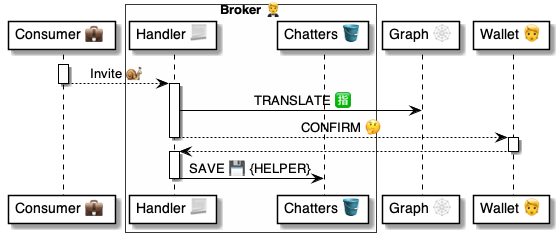
Earlier version of the PlantUML export 4 ⚙️ Solution/20 🧑‍🦰 UI/Brokers 🤵/🤵🅰️ Broker methods/Share 💼 Invite 💼🐌🤵/🤵 Invite ⚙️ uml.png (pollyweb-org/pollyweb-docs). Its source is kept beside it as 4 ⚙️ Solution/20 🧑‍🦰 UI/Brokers 🤵/🤵🅰️ Broker methods/Share 💼 Invite 💼🐌🤵/🤵 Invite ⚙️ uml.puml.
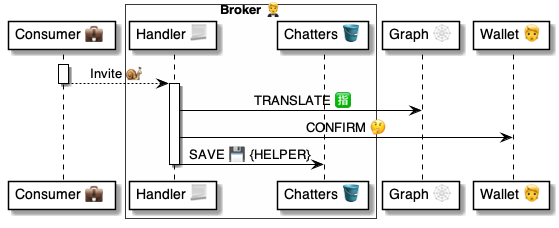
After the change.

Diff of the diagram source:
```diff
@@ -17,14 +17,7 @@
 
 activate broker
     broker -> graph: TRANSLATE 🈯
-    broker --> user: CONFIRM 🤔
-deactivate broker
-
-activate user
-    user --> broker:
-deactivate user
-
-activate broker
+    broker -> user: CONFIRM 🤔
     broker -> invitee: SAVE 💾 {HELPER}
 deactivate broker
 
```
